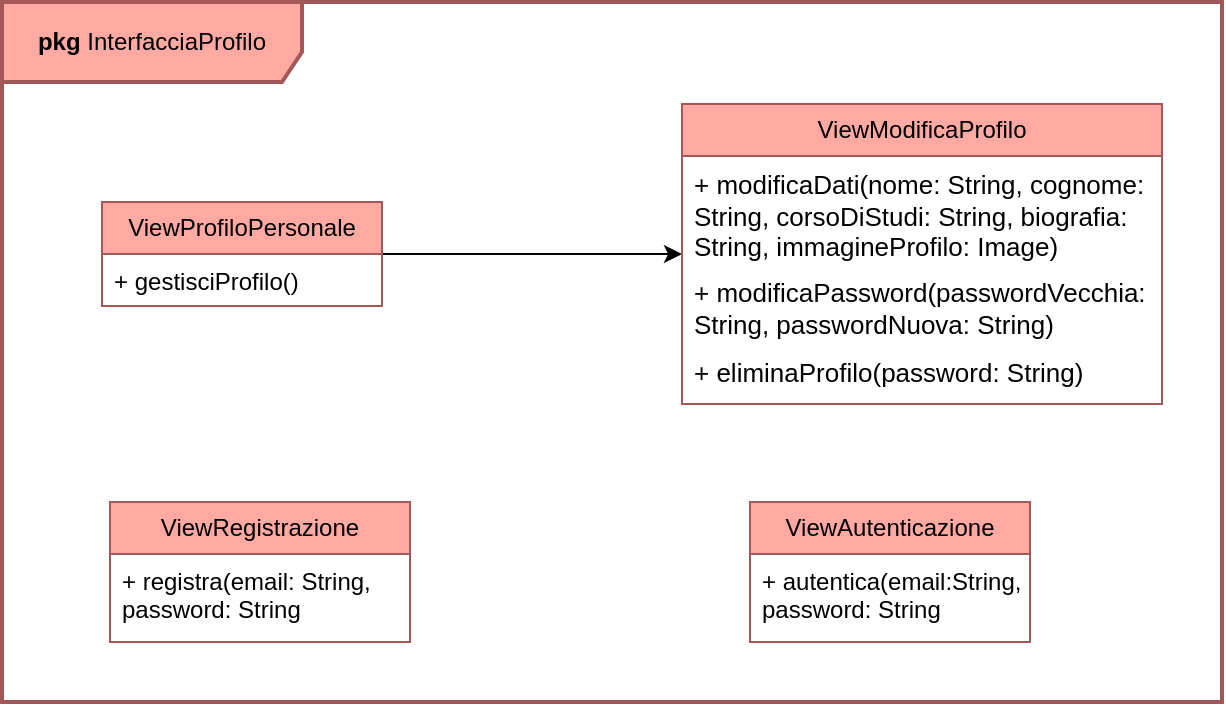
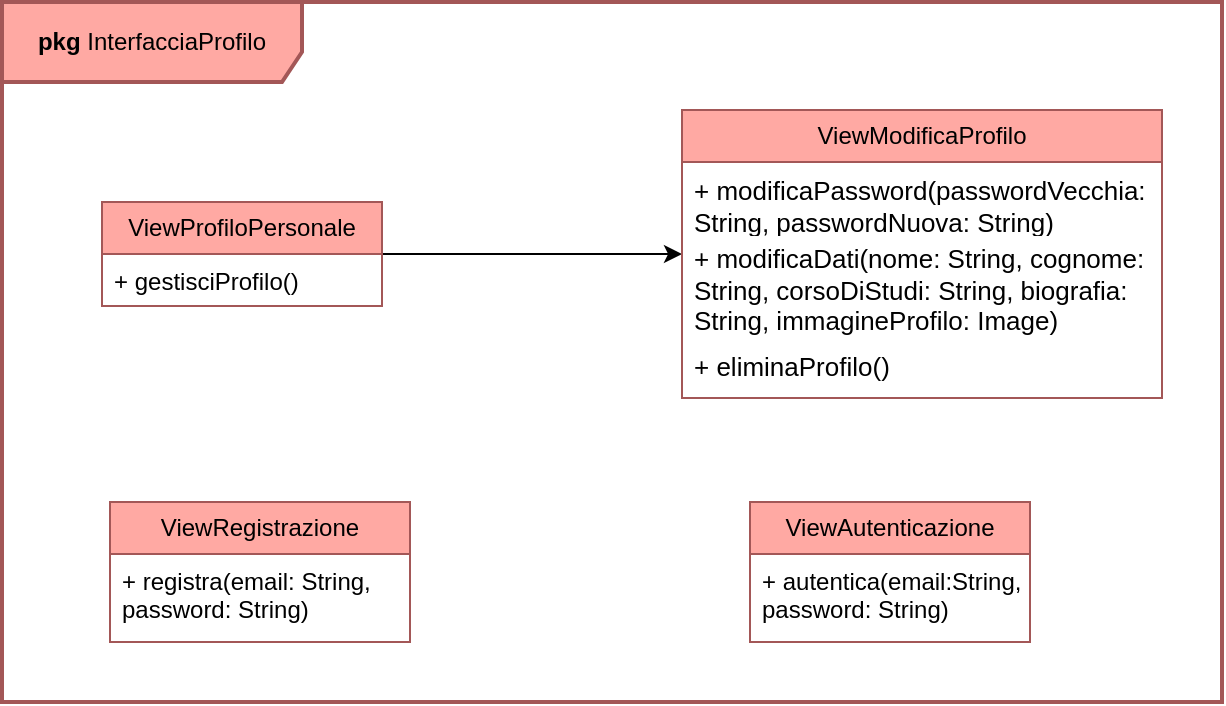
<mxfile host="app.diagrams.net">
  <diagram name="Pagina-1" id="viXP-c2YXnJEPS010ls2">
-     <mxGraphModel dx="844" dy="365" grid="1" gridSize="10" guides="1" tooltips="1" connect="1" arrows="1" fold="1" page="1" pageScale="1" pageWidth="827" pageHeight="1169" math="0" shadow="0">
+     <mxGraphModel dx="710" dy="729" grid="1" gridSize="10" guides="1" tooltips="1" connect="1" arrows="1" fold="1" page="1" pageScale="1" pageWidth="827" pageHeight="1169" math="0" shadow="0">
      <root>
        <mxCell id="0" />
        <mxCell id="1" parent="0" />
        <mxCell id="kcfNMbTQGit6Pc0RTBvF-1" parent="1" style="shape=umlFrame;whiteSpace=wrap;html=1;pointerEvents=0;width=150;height=40;fillColor=#FFA9A3;strokeColor=#A35757;strokeWidth=2;" value="&lt;b&gt;pkg &lt;/b&gt;InterfacciaProfilo" vertex="1">
          <mxGeometry height="350" width="610" x="130" y="160" as="geometry" />
        </mxCell>
        <mxCell id="kcfNMbTQGit6Pc0RTBvF-13" edge="1" parent="1" source="kcfNMbTQGit6Pc0RTBvF-2" style="edgeStyle=orthogonalEdgeStyle;rounded=0;orthogonalLoop=1;jettySize=auto;html=1;exitX=1;exitY=0.5;exitDx=0;exitDy=0;entryX=0;entryY=0.5;entryDx=0;entryDy=0;" target="kcfNMbTQGit6Pc0RTBvF-10">
          <mxGeometry relative="1" as="geometry" />
        </mxCell>
        <mxCell id="kcfNMbTQGit6Pc0RTBvF-2" parent="1" style="swimlane;fontStyle=0;childLayout=stackLayout;horizontal=1;startSize=26;fillColor=#FFA9A3;horizontalStack=0;resizeParent=1;resizeParentMax=0;resizeLast=0;collapsible=1;marginBottom=0;whiteSpace=wrap;html=1;strokeColor=#A35757;" value="ViewProfiloPersonale" vertex="1">
          <mxGeometry height="52" width="140" x="180" y="260" as="geometry" />
        </mxCell>
        <mxCell id="kcfNMbTQGit6Pc0RTBvF-4" parent="kcfNMbTQGit6Pc0RTBvF-2" style="text;strokeColor=none;fillColor=none;align=left;verticalAlign=top;spacingLeft=4;spacingRight=4;overflow=hidden;rotatable=0;points=[[0,0.5],[1,0.5]];portConstraint=eastwest;whiteSpace=wrap;html=1;" value="+ gestisciProfilo()" vertex="1">
          <mxGeometry height="26" width="140" y="26" as="geometry" />
        </mxCell>
        <mxCell id="kcfNMbTQGit6Pc0RTBvF-6" parent="1" style="swimlane;fontStyle=0;childLayout=stackLayout;horizontal=1;startSize=26;fillColor=#FFA9A3;horizontalStack=0;resizeParent=1;resizeParentMax=0;resizeLast=0;collapsible=1;marginBottom=0;whiteSpace=wrap;html=1;strokeColor=#A35757;" value="ViewAutenticazione" vertex="1">
          <mxGeometry height="70" width="140" x="504" y="410" as="geometry" />
        </mxCell>
-         <mxCell id="kcfNMbTQGit6Pc0RTBvF-7" parent="kcfNMbTQGit6Pc0RTBvF-6" style="text;strokeColor=none;fillColor=none;align=left;verticalAlign=top;spacingLeft=4;spacingRight=4;overflow=hidden;rotatable=0;points=[[0,0.5],[1,0.5]];portConstraint=eastwest;whiteSpace=wrap;html=1;" value="+ autentica(email:String, password: String" vertex="1">
+         <mxCell id="kcfNMbTQGit6Pc0RTBvF-7" parent="kcfNMbTQGit6Pc0RTBvF-6" style="text;strokeColor=none;fillColor=none;align=left;verticalAlign=top;spacingLeft=4;spacingRight=4;overflow=hidden;rotatable=0;points=[[0,0.5],[1,0.5]];portConstraint=eastwest;whiteSpace=wrap;html=1;" value="+ autentica(email:String, password: String)" vertex="1">
          <mxGeometry height="44" width="140" y="26" as="geometry" />
        </mxCell>
        <mxCell id="kcfNMbTQGit6Pc0RTBvF-8" parent="1" style="swimlane;fontStyle=0;childLayout=stackLayout;horizontal=1;startSize=26;fillColor=#FFA9A3;horizontalStack=0;resizeParent=1;resizeParentMax=0;resizeLast=0;collapsible=1;marginBottom=0;whiteSpace=wrap;html=1;strokeColor=#A35757;" value="ViewRegistrazione" vertex="1">
          <mxGeometry height="70" width="150" x="184" y="410" as="geometry" />
        </mxCell>
-         <mxCell id="kcfNMbTQGit6Pc0RTBvF-9" parent="kcfNMbTQGit6Pc0RTBvF-8" style="text;strokeColor=none;fillColor=none;align=left;verticalAlign=top;spacingLeft=4;spacingRight=4;overflow=hidden;rotatable=0;points=[[0,0.5],[1,0.5]];portConstraint=eastwest;whiteSpace=wrap;html=1;" value="+ registra(email: String, password: String" vertex="1">
+         <mxCell id="kcfNMbTQGit6Pc0RTBvF-9" parent="kcfNMbTQGit6Pc0RTBvF-8" style="text;strokeColor=none;fillColor=none;align=left;verticalAlign=top;spacingLeft=4;spacingRight=4;overflow=hidden;rotatable=0;points=[[0,0.5],[1,0.5]];portConstraint=eastwest;whiteSpace=wrap;html=1;" value="+ registra(email: String, password: String)" vertex="1">
          <mxGeometry height="44" width="150" y="26" as="geometry" />
        </mxCell>
        <mxCell id="kcfNMbTQGit6Pc0RTBvF-10" parent="1" style="swimlane;fontStyle=0;childLayout=stackLayout;horizontal=1;startSize=26;fillColor=#FFA9A3;horizontalStack=0;resizeParent=1;resizeParentMax=0;resizeLast=0;collapsible=1;marginBottom=0;whiteSpace=wrap;html=1;strokeColor=#A35757;" value="ViewModificaProfilo" vertex="1">
-           <mxGeometry height="150" width="240" x="470" y="211" as="geometry" />
+           <mxGeometry height="144" width="240" x="470" y="214" as="geometry" />
+         </mxCell>
+         <mxCell id="kcfNMbTQGit6Pc0RTBvF-15" parent="kcfNMbTQGit6Pc0RTBvF-10" style="text;strokeColor=none;fillColor=none;align=left;verticalAlign=top;spacingLeft=4;spacingRight=4;overflow=hidden;rotatable=0;points=[[0,0.5],[1,0.5]];portConstraint=eastwest;whiteSpace=wrap;html=1;fontColor=light-dark(#000000,#000000);fontStyle=0;fontSize=13;" value="+ modificaPassword(passwordVecchia: String, passwordNuova: String)" vertex="1">
+           <mxGeometry height="34" width="240" y="26" as="geometry" />
        </mxCell>
        <mxCell id="kcfNMbTQGit6Pc0RTBvF-14" parent="kcfNMbTQGit6Pc0RTBvF-10" style="text;strokeColor=none;fillColor=none;align=left;verticalAlign=top;spacingLeft=4;spacingRight=4;overflow=hidden;rotatable=0;points=[[0,0.5],[1,0.5]];portConstraint=eastwest;whiteSpace=wrap;html=1;fontColor=light-dark(#000000,#000000);fontStyle=0;fontSize=13;" value="+ modificaDati(nome: String, cognome: String, corsoDiStudi: String, biografia: String, immagineProfilo: Image)" vertex="1">
-           <mxGeometry height="54" width="240" y="26" as="geometry" />
+           <mxGeometry height="54" width="240" y="60" as="geometry" />
        </mxCell>
-         <mxCell id="kcfNMbTQGit6Pc0RTBvF-15" parent="kcfNMbTQGit6Pc0RTBvF-10" style="text;strokeColor=none;fillColor=none;align=left;verticalAlign=top;spacingLeft=4;spacingRight=4;overflow=hidden;rotatable=0;points=[[0,0.5],[1,0.5]];portConstraint=eastwest;whiteSpace=wrap;html=1;fontColor=light-dark(#000000,#000000);fontStyle=0;fontSize=13;" value="+ modificaPassword(passwordVecchia: String, passwordNuova: String)" vertex="1">
-           <mxGeometry height="40" width="240" y="80" as="geometry" />
-         </mxCell>
-         <mxCell id="kcfNMbTQGit6Pc0RTBvF-16" parent="kcfNMbTQGit6Pc0RTBvF-10" style="text;strokeColor=none;fillColor=none;align=left;verticalAlign=top;spacingLeft=4;spacingRight=4;overflow=hidden;rotatable=0;points=[[0,0.5],[1,0.5]];portConstraint=eastwest;whiteSpace=wrap;html=1;" value="&lt;font style=&quot;color: light-dark(rgb(0, 0, 0), rgb(0, 0, 0));&quot;&gt;&lt;span style=&quot;font-size: 13px;&quot;&gt;+ eliminaProfilo(password: String)&lt;/span&gt;&lt;/font&gt;" vertex="1">
-           <mxGeometry height="30" width="240" y="120" as="geometry" />
+         <mxCell id="kcfNMbTQGit6Pc0RTBvF-16" parent="kcfNMbTQGit6Pc0RTBvF-10" style="text;strokeColor=none;fillColor=none;align=left;verticalAlign=top;spacingLeft=4;spacingRight=4;overflow=hidden;rotatable=0;points=[[0,0.5],[1,0.5]];portConstraint=eastwest;whiteSpace=wrap;html=1;" value="&lt;font style=&quot;color: light-dark(rgb(0, 0, 0), rgb(0, 0, 0));&quot;&gt;&lt;span style=&quot;font-size: 13px;&quot;&gt;+ eliminaProfilo()&lt;/span&gt;&lt;/font&gt;" vertex="1">
+           <mxGeometry height="30" width="240" y="114" as="geometry" />
        </mxCell>
      </root>
    </mxGraphModel>
  </diagram>
</mxfile>
